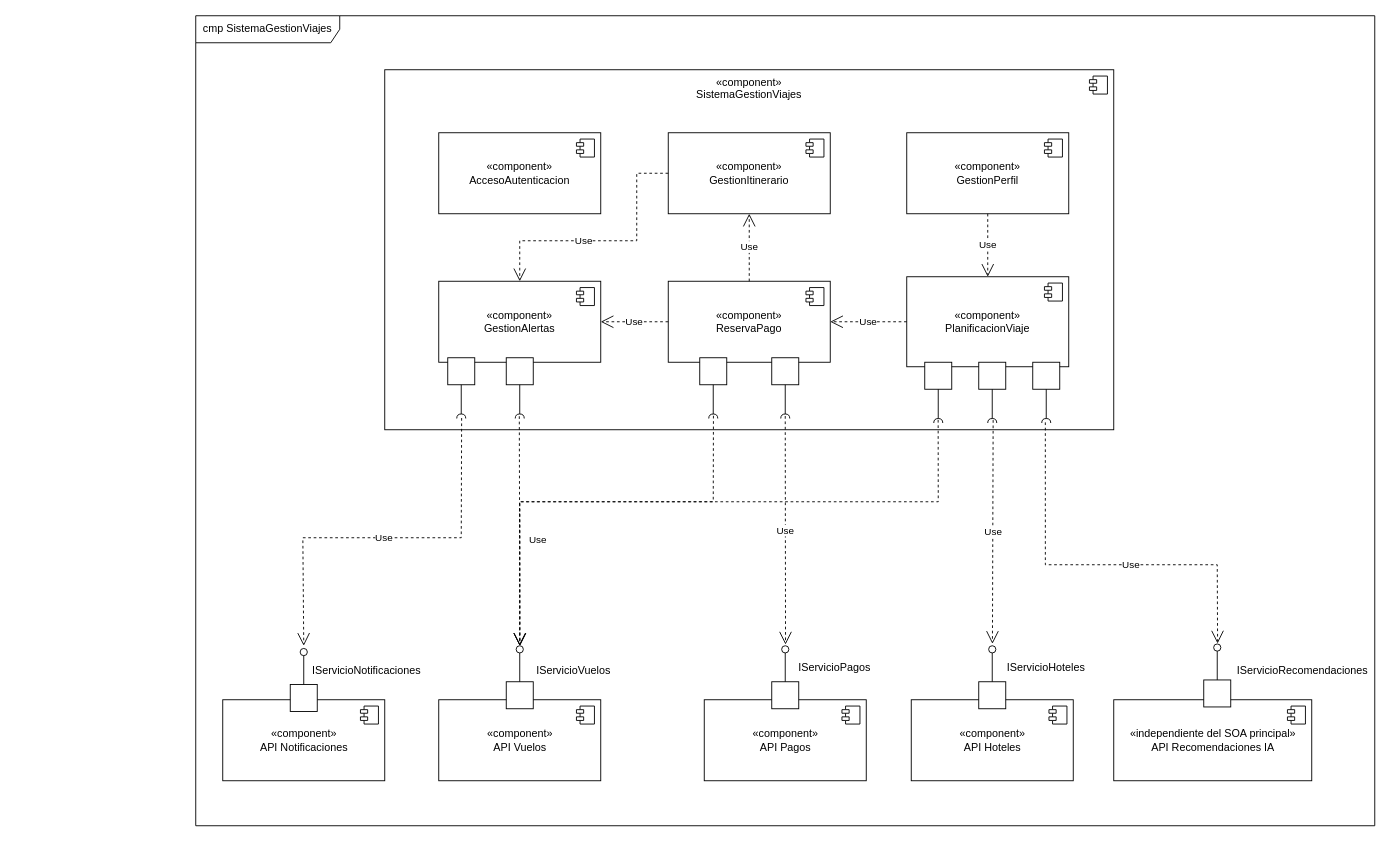
Earlier version of the draw.io diagram Diagramas/06_Diagrama_Componentes/Diagrama_componentes.drawio (jdcamargo2/Sistema-gestion-viajes). Source tidied: cells renumbered, new cells numbered last; positions are measured from the earlier drawing's top-left corner, leaving out a move shared by most shapes. Both pictures are drawn from the tidied source at 90%, with x=0, y=0 at pixel (195, 15).
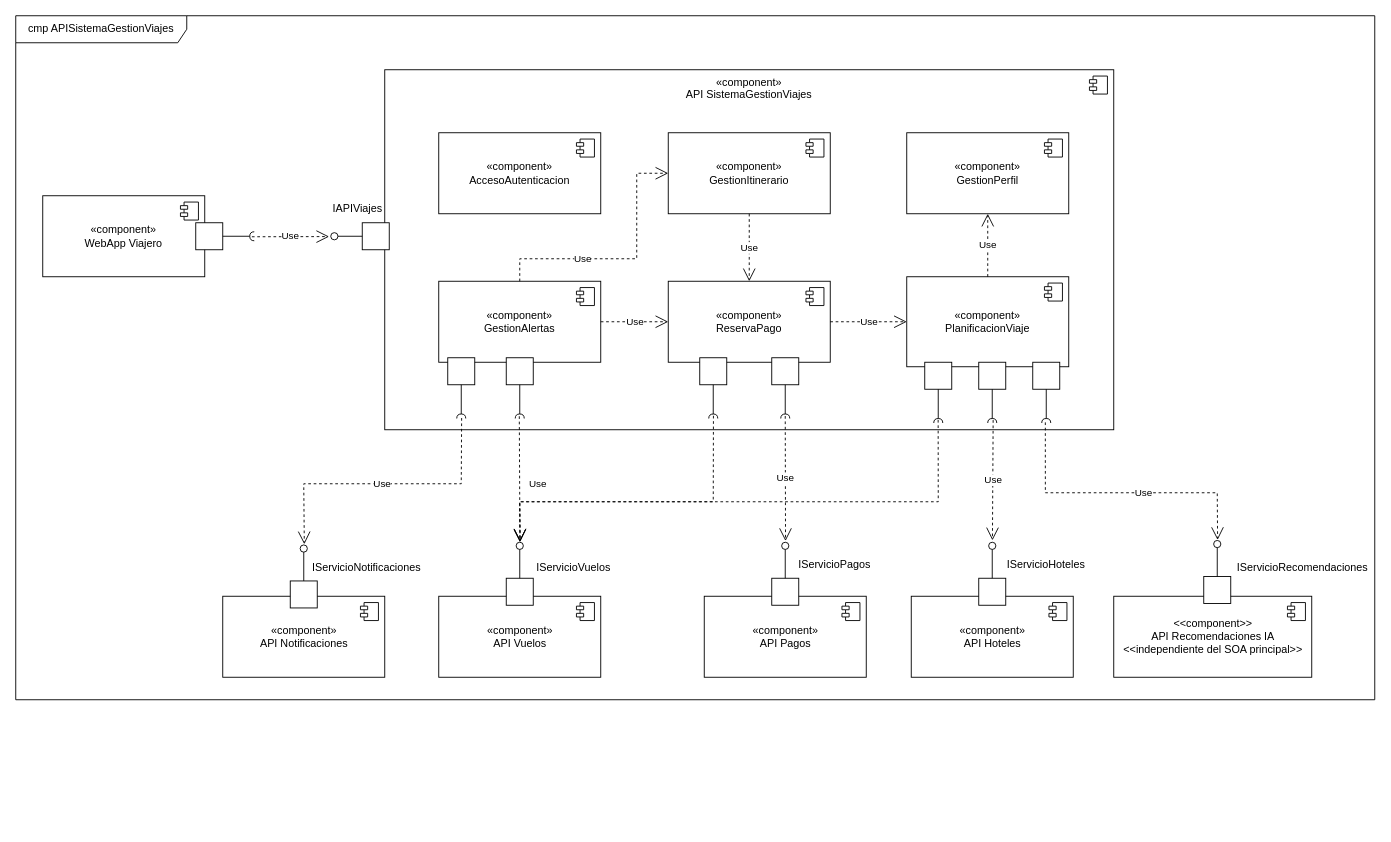
Above is the later version.

The change refers to these unchanged cells:
```xml
<mxCell id="7" value="&lt;div&gt;«component»&lt;/div&gt;&lt;div&gt;GestionPerfil&lt;/div&gt;" style="html=1;whiteSpace=wrap;" parent="1" vertex="1">
  <mxGeometry x="790" y="130" width="180" height="90" as="geometry" />
</mxCell>
<mxCell id="9" value="&lt;div&gt;«component»&lt;/div&gt;&lt;div&gt;&lt;span&gt;PlanificacionViaje&lt;/span&gt;&lt;/div&gt;" style="html=1;whiteSpace=wrap;" parent="1" vertex="1">
  <mxGeometry x="790" y="290" width="180" height="100" as="geometry" />
</mxCell>
<mxCell id="11" value="&lt;div&gt;«component»&lt;/div&gt;&lt;div&gt;ReservaPago&lt;/div&gt;" style="html=1;whiteSpace=wrap;" parent="1" vertex="1">
  <mxGeometry x="525" y="295" width="180" height="90" as="geometry" />
</mxCell>
<mxCell id="13" value="&lt;div&gt;«component»&lt;/div&gt;&lt;div&gt;GestionAlertas&lt;/div&gt;" style="html=1;whiteSpace=wrap;" parent="1" vertex="1">
  <mxGeometry x="270" y="295" width="180" height="90" as="geometry" />
</mxCell>
<mxCell id="15" value="&lt;div&gt;«component»&lt;/div&gt;&lt;div&gt;GestionItinerario&lt;/div&gt;" style="html=1;whiteSpace=wrap;" parent="1" vertex="1">
  <mxGeometry x="525" y="130" width="180" height="90" as="geometry" />
</mxCell>
<mxCell id="51" style="shape=requiredInterface;html=1;fontSize=11;align=center;fillColor=none;points=[];verticalAlign=bottom;labelPosition=center;verticalLabelPosition=top;flipH=1;direction=north;" parent="1" vertex="1">
  <mxGeometry x="355" y="442.5" width="10" height="5" as="geometry" />
</mxCell>
<mxCell id="54" style="shape=requiredInterface;html=1;fontSize=11;align=center;fillColor=none;points=[];verticalAlign=bottom;labelPosition=center;verticalLabelPosition=top;flipH=1;direction=north;" parent="1" vertex="1">
  <mxGeometry x="570" y="442.5" width="10" height="5" as="geometry" />
</mxCell>
<mxCell id="57" style="shape=requiredInterface;html=1;fontSize=11;align=center;fillColor=none;points=[];verticalAlign=bottom;labelPosition=center;verticalLabelPosition=top;flipH=1;direction=north;" parent="1" vertex="1">
  <mxGeometry x="820" y="447.5" width="10" height="5" as="geometry" />
</mxCell>
<mxCell id="71" style="shape=requiredInterface;html=1;fontSize=11;align=center;fillColor=none;points=[];verticalAlign=bottom;labelPosition=center;verticalLabelPosition=top;flipH=1;direction=north;" parent="1" vertex="1">
  <mxGeometry x="940" y="447.5" width="10" height="5" as="geometry" />
</mxCell>
<mxCell id="76" style="shape=requiredInterface;html=1;fontSize=11;align=center;fillColor=none;points=[];verticalAlign=bottom;labelPosition=center;verticalLabelPosition=top;flipH=1;direction=north;" parent="1" vertex="1">
  <mxGeometry x="290" y="442.5" width="10" height="5" as="geometry" />
</mxCell>
```

Diff of the diagram source:
```diff
@@
-    <mxCell id="2" value="cmp SistemaGestionViajes" style="shape=umlFrame;whiteSpace=wrap;html=1;width=160;height=30;" parent="1" vertex="1">
-      <mxGeometry width="1310" height="900" as="geometry" />
+    <mxCell id="2" value="cmp APISistemaGestionViajes" style="shape=umlFrame;whiteSpace=wrap;html=1;width=190;height=30;" parent="1" vertex="1">
+      <mxGeometry x="-200" width="1510" height="760" as="geometry" />
     </mxCell>
-    <mxCell id="3" value="&lt;div&gt;«component»&lt;/div&gt;&lt;div&gt;SistemaGestionViajes&lt;/div&gt;" style="html=1;whiteSpace=wrap;align=center;verticalAlign=top;" parent="1" vertex="1">
+    <mxCell id="3" value="&lt;div&gt;«component»&lt;/div&gt;&lt;div&gt;API SistemaGestionViajes&lt;/div&gt;" style="html=1;whiteSpace=wrap;align=center;verticalAlign=top;" parent="1" vertex="1">
       <mxGeometry x="210" y="60" width="810" height="400" as="geometry" />
     </mxCell>
@@
-    <mxCell id="17" value="Use" style="endArrow=open;endSize=12;dashed=1;html=1;rounded=0;exitX=0.5;exitY=1;exitDx=0;exitDy=0;entryX=0.5;entryY=0;entryDx=0;entryDy=0;" parent="1" edge="1" source="7" target="9">
+    <mxCell id="17" value="Use" style="endArrow=open;endSize=12;dashed=1;html=1;rounded=0;exitX=0.5;exitY=0;exitDx=0;exitDy=0;entryX=0.5;entryY=1;entryDx=0;entryDy=0;" parent="1" edge="1" source="9" target="7">
       <mxGeometry relative="1" as="geometry" />
     </mxCell>
-    <mxCell id="18" value="Use" style="endArrow=open;endSize=12;dashed=1;html=1;rounded=0;exitX=0;exitY=0.5;exitDx=0;exitDy=0;entryX=1;entryY=0.5;entryDx=0;entryDy=0;" parent="1" edge="1" source="9" target="11">
+    <mxCell id="18" value="Use" style="endArrow=open;endSize=12;dashed=1;html=1;rounded=0;exitX=1;exitY=0.5;exitDx=0;exitDy=0;entryX=0;entryY=0.5;entryDx=0;entryDy=0;" parent="1" edge="1" source="11" target="9">
       <mxGeometry relative="1" as="geometry" />
     </mxCell>
-    <mxCell id="19" value="Use" style="endArrow=open;endSize=12;dashed=1;html=1;rounded=0;exitX=0.5;exitY=0;exitDx=0;exitDy=0;entryX=0.5;entryY=1;entryDx=0;entryDy=0;" parent="1" edge="1" source="11" target="15">
+    <mxCell id="19" value="Use" style="endArrow=open;endSize=12;dashed=1;html=1;rounded=0;exitX=0.5;exitY=1;exitDx=0;exitDy=0;entryX=0.5;entryY=0;entryDx=0;entryDy=0;" parent="1" edge="1" source="15" target="11">
       <mxGeometry relative="1" as="geometry" />
     </mxCell>
-    <mxCell id="20" value="Use" style="endArrow=open;endSize=12;dashed=1;html=1;rounded=0;exitX=0;exitY=0.5;exitDx=0;exitDy=0;entryX=1;entryY=0.5;entryDx=0;entryDy=0;" parent="1" edge="1" source="11" target="13">
+    <mxCell id="20" value="Use" style="endArrow=open;endSize=12;dashed=1;html=1;rounded=0;exitX=1;exitY=0.5;exitDx=0;exitDy=0;entryX=0;entryY=0.5;entryDx=0;entryDy=0;" parent="1" edge="1" source="13" target="11">
       <mxGeometry relative="1" as="geometry" />
     </mxCell>
     <mxCell id="21" value="&lt;div&gt;«component»&lt;/div&gt;&lt;div&gt;API Vuelos&lt;/div&gt;" style="html=1;" parent="1" vertex="1">
-      <mxGeometry x="270" y="760" width="180" height="90" as="geometry" />
+      <mxGeometry x="270" y="645" width="180" height="90" as="geometry" />
     </mxCell>
@@
     <mxCell id="23" value="&lt;div&gt;«component»&lt;/div&gt;&lt;div&gt;API&amp;nbsp;Pagos&lt;/div&gt;" style="html=1;" parent="1" vertex="1">
-      <mxGeometry x="565" y="760" width="180" height="90" as="geometry" />
+      <mxGeometry x="565" y="645" width="180" height="90" as="geometry" />
     </mxCell>
@@
     <mxCell id="25" value="&lt;div&gt;«component»&lt;/div&gt;&lt;div&gt;API&amp;nbsp;Hoteles&lt;/div&gt;" style="html=1;" parent="1" vertex="1">
-      <mxGeometry x="795" y="760" width="180" height="90" as="geometry" />
+      <mxGeometry x="795" y="645" width="180" height="90" as="geometry" />
     </mxCell>
@@
     <mxCell id="27" value="&lt;div&gt;«component»&lt;/div&gt;&lt;div&gt;API&amp;nbsp;Notificaciones&lt;/div&gt;" style="html=1;" parent="1" vertex="1">
-      <mxGeometry x="30" y="760" width="180" height="90" as="geometry" />
+      <mxGeometry x="30" y="645" width="180" height="90" as="geometry" />
     </mxCell>
@@
-    <mxCell id="29" value="&lt;div&gt;«independiente del SOA principal»&lt;/div&gt;&lt;div&gt;API Recomendaciones IA&lt;/div&gt;" style="html=1;" parent="1" vertex="1">
-      <mxGeometry x="1020" y="760" width="220" height="90" as="geometry" />
+    <mxCell id="29" value="&amp;lt;&amp;lt;component&amp;gt;&amp;gt;&lt;br&gt;API Recomendaciones IA&lt;br&gt;&amp;lt;&amp;lt;independiente del SOA principal&amp;gt;&amp;gt;" style="html=1;" parent="1" vertex="1">
+      <mxGeometry x="1020" y="645" width="220" height="90" as="geometry" />
     </mxCell>
@@
-    <mxCell id="31" value="Use" style="endArrow=open;endSize=12;dashed=1;html=1;rounded=0;entryX=0.5;entryY=0;entryDx=0;entryDy=0;exitX=0;exitY=0.5;exitDx=0;exitDy=0;" parent="1" edge="1" source="15" target="13">
-      <mxGeometry x="0.19" relative="1" as="geometry">
-        <Array as="points">
-          <mxPoint x="490" y="175" />
-          <mxPoint x="490" y="250" />
-          <mxPoint x="360" y="250" />
-        </Array>
-        <mxPoint x="1" as="offset" />
-      </mxGeometry>
-    </mxCell>
@@
     <mxCell id="33" style="ellipse;whiteSpace=wrap;html=1;align=center;fillColor=none;strokeColor=none;perimeter=centerPerimeter;" parent="1" vertex="1">
-      <mxGeometry x="10" y="685" width="10" height="10" as="geometry" />
+      <mxGeometry x="10" y="570" width="10" height="10" as="geometry" />
     </mxCell>
     <mxCell id="34" style="html=1;rounded=0;" parent="1" vertex="1">
-      <mxGeometry x="345" y="740" width="30" height="30" as="geometry" />
+      <mxGeometry x="345" y="625" width="30" height="30" as="geometry" />
     </mxCell>
@@
     <mxCell id="36" style="ellipse;html=1;fontSize=11;align=center;fillColor=none;points=[];verticalAlign=bottom;labelPosition=center;verticalLabelPosition=top;flipH=1;" parent="1" vertex="1">
-      <mxGeometry x="356" y="700" width="8" height="8" as="geometry" />
+      <mxGeometry x="356" y="585" width="8" height="8" as="geometry" />
     </mxCell>
     <mxCell id="37" style="html=1;rounded=0;" parent="1" vertex="1">
-      <mxGeometry x="1120" y="738" width="30" height="30" as="geometry" />
+      <mxGeometry x="1120" y="623" width="30" height="30" as="geometry" />
     </mxCell>
@@
     <mxCell id="39" style="ellipse;html=1;fontSize=11;align=center;fillColor=none;points=[];verticalAlign=bottom;labelPosition=center;verticalLabelPosition=top;flipH=1;" parent="1" vertex="1">
-      <mxGeometry x="1131" y="698" width="8" height="8" as="geometry" />
+      <mxGeometry x="1131" y="583" width="8" height="8" as="geometry" />
     </mxCell>
     <mxCell id="40" style="html=1;rounded=0;" parent="1" vertex="1">
-      <mxGeometry x="105" y="743" width="30" height="30" as="geometry" />
+      <mxGeometry x="105" y="628" width="30" height="30" as="geometry" />
     </mxCell>
@@
     <mxCell id="42" style="ellipse;html=1;fontSize=11;align=center;fillColor=none;points=[];verticalAlign=bottom;labelPosition=center;verticalLabelPosition=top;flipH=1;" parent="1" vertex="1">
-      <mxGeometry x="116" y="703" width="8" height="8" as="geometry" />
+      <mxGeometry x="116" y="588" width="8" height="8" as="geometry" />
     </mxCell>
     <mxCell id="43" style="html=1;rounded=0;" parent="1" vertex="1">
-      <mxGeometry x="640" y="740" width="30" height="30" as="geometry" />
+      <mxGeometry x="640" y="625" width="30" height="30" as="geometry" />
     </mxCell>
@@
     <mxCell id="45" style="ellipse;html=1;fontSize=11;align=center;fillColor=none;points=[];verticalAlign=bottom;labelPosition=center;verticalLabelPosition=top;flipH=1;" parent="1" vertex="1">
-      <mxGeometry x="651" y="700" width="8" height="8" as="geometry" />
+      <mxGeometry x="651" y="585" width="8" height="8" as="geometry" />
     </mxCell>
     <mxCell id="46" style="html=1;rounded=0;" parent="1" vertex="1">
-      <mxGeometry x="870" y="740" width="30" height="30" as="geometry" />
+      <mxGeometry x="870" y="625" width="30" height="30" as="geometry" />
     </mxCell>
@@
     <mxCell id="48" style="ellipse;html=1;fontSize=11;align=center;fillColor=none;points=[];verticalAlign=bottom;labelPosition=center;verticalLabelPosition=top;flipH=1;" parent="1" vertex="1">
-      <mxGeometry x="881" y="700" width="8" height="8" as="geometry" />
+      <mxGeometry x="881" y="585" width="8" height="8" as="geometry" />
     </mxCell>
@@
     <mxCell id="58" value="IServicioVuelos " style="text;html=1;whiteSpace=wrap;strokeColor=none;fillColor=none;align=center;verticalAlign=middle;rounded=0;" parent="1" vertex="1">
-      <mxGeometry x="390" y="713" width="60" height="30" as="geometry" />
+      <mxGeometry x="390" y="598" width="60" height="30" as="geometry" />
     </mxCell>
-    <mxCell id="59" value="Use" style="endArrow=open;endSize=12;dashed=1;html=1;rounded=0;exitX=0.501;exitY=0.55;exitDx=0;exitDy=0;exitPerimeter=0;entryX=0.475;entryY=0.049;entryDx=0;entryDy=0;entryPerimeter=0;" parent="1" edge="1" source="51" target="36">
+    <mxCell id="59" value="Use" style="endArrow=open;endSize=12;dashed=1;html=1;rounded=0;exitX=0.501;exitY=0.55;exitDx=0;exitDy=0;exitPerimeter=0;entryX=0.475;entryY=0.011;entryDx=0;entryDy=0;entryPerimeter=0;" parent="1" edge="1" source="51" target="36">
       <mxGeometry x="0.07" y="20" relative="1" as="geometry" />
     </mxCell>
-    <mxCell id="60" style="endArrow=open;endSize=12;dashed=1;html=1;rounded=0;exitX=0.607;exitY=0.479;exitDx=0;exitDy=0;exitPerimeter=0;" parent="1" edge="1" source="54">
+    <mxCell id="60" style="endArrow=open;endSize=12;dashed=1;html=1;rounded=0;exitX=0.607;exitY=0.479;exitDx=0;exitDy=0;exitPerimeter=0;entryX=0.456;entryY=-0.098;entryDx=0;entryDy=0;entryPerimeter=0;" parent="1" edge="1" source="54" target="36">
       <mxGeometry relative="1" as="geometry">
-        <mxPoint x="360" y="700" as="targetPoint" />
         <Array as="points">
           <mxPoint x="575" y="540" />
           <mxPoint x="360" y="540" />
         </Array>
       </mxGeometry>
     </mxCell>
-    <mxCell id="61" style="endArrow=open;endSize=12;dashed=1;html=1;rounded=0;exitX=0.687;exitY=0.511;exitDx=0;exitDy=0;exitPerimeter=0;" parent="1" edge="1" source="57">
+    <mxCell id="61" style="endArrow=open;endSize=12;dashed=1;html=1;rounded=0;exitX=0.687;exitY=0.511;exitDx=0;exitDy=0;exitPerimeter=0;entryX=0.456;entryY=-0.08;entryDx=0;entryDy=0;entryPerimeter=0;" parent="1" edge="1" source="57" target="36">
       <mxGeometry relative="1" as="geometry">
-        <mxPoint x="360" y="700" as="targetPoint" />
         <Array as="points">
           <mxPoint x="825" y="540" />
           <mxPoint x="360" y="540" />
         </Array>
       </mxGeometry>
     </mxCell>
@@
     <mxCell id="73" value="Use" style="endArrow=open;endSize=12;dashed=1;html=1;rounded=0;exitX=0.142;exitY=0.602;exitDx=0;exitDy=0;exitPerimeter=0;entryX=0.452;entryY=-0.065;entryDx=0;entryDy=0;entryPerimeter=0;" parent="1" edge="1" source="71" target="39">
       <mxGeometry x="0.16" relative="1" as="geometry">
         <Array as="points">
-          <mxPoint x="944" y="610" />
-          <mxPoint x="1135" y="610" />
+          <mxPoint x="944" y="530" />
+          <mxPoint x="1135" y="530" />
         </Array>
       </mxGeometry>
     </mxCell>
@@
-    <mxCell id="77" value="Use" style="endArrow=open;endSize=12;dashed=1;html=1;rounded=0;exitX=0.104;exitY=0.458;exitDx=0;exitDy=0;exitPerimeter=0;" parent="1" edge="1" source="76">
+    <mxCell id="77" value="Use" style="endArrow=open;endSize=12;dashed=1;html=1;rounded=0;exitX=0.104;exitY=0.458;exitDx=0;exitDy=0;exitPerimeter=0;entryX=0.422;entryY=-0.098;entryDx=0;entryDy=0;entryPerimeter=0;" parent="1" edge="1" source="76" target="42">
       <mxGeometry x="0.02" relative="1" as="geometry">
-        <mxPoint x="120" y="700" as="targetPoint" />
         <Array as="points">
-          <mxPoint x="295" y="580" />
-          <mxPoint x="119" y="580" />
+          <mxPoint x="295" y="520" />
+          <mxPoint x="120" y="520" />
         </Array>
       </mxGeometry>
     </mxCell>
     <mxCell id="78" value="IServicioPagos" style="text;html=1;whiteSpace=wrap;strokeColor=none;fillColor=none;align=center;verticalAlign=middle;rounded=0;" parent="1" vertex="1">
-      <mxGeometry x="680" y="710" width="60" height="30" as="geometry" />
+      <mxGeometry x="680" y="595" width="60" height="30" as="geometry" />
     </mxCell>
     <mxCell id="79" value="IServicioHoteles" style="text;html=1;whiteSpace=wrap;strokeColor=none;fillColor=none;align=center;verticalAlign=middle;rounded=0;" parent="1" vertex="1">
-      <mxGeometry x="915" y="710" width="60" height="30" as="geometry" />
+      <mxGeometry x="915" y="595" width="60" height="30" as="geometry" />
     </mxCell>
     <mxCell id="80" value="IServicioRecomendaciones" style="text;html=1;whiteSpace=wrap;strokeColor=none;fillColor=none;align=center;verticalAlign=middle;rounded=0;" parent="1" vertex="1">
-      <mxGeometry x="1200" y="713" width="60" height="30" as="geometry" />
+      <mxGeometry x="1200" y="598" width="60" height="30" as="geometry" />
     </mxCell>
     <mxCell id="81" value="IServicioNotificaciones" style="text;html=1;whiteSpace=wrap;strokeColor=none;fillColor=none;align=center;verticalAlign=middle;rounded=0;" parent="1" vertex="1">
-      <mxGeometry x="160" y="713" width="60" height="30" as="geometry" />
+      <mxGeometry x="160" y="598" width="60" height="30" as="geometry" />
     </mxCell>
+    <mxCell id="82" value="&lt;div&gt;«component»&lt;/div&gt;&lt;div&gt;WebApp Viajero&lt;/div&gt;" style="html=1;whiteSpace=wrap;" parent="1" vertex="1">
+      <mxGeometry x="-170" y="200" width="180" height="90" as="geometry" />
+    </mxCell>
+    <mxCell id="83" style="shape=module;jettyWidth=8;jettyHeight=4;" parent="82" vertex="1">
+      <mxGeometry x="1" width="20" height="20" relative="1" as="geometry">
+        <mxPoint x="-27" y="7" as="offset" />
+      </mxGeometry>
+    </mxCell>
+    <mxCell id="84" style="html=1;rounded=0;" parent="1" vertex="1">
+      <mxGeometry y="230" width="30" height="30" as="geometry" />
+    </mxCell>
+    <mxCell id="85" style="endArrow=none;html=1;rounded=0;align=center;verticalAlign=top;endFill=0;labelBackgroundColor=none;endSize=2;exitX=1;exitY=0.5;exitDx=0;exitDy=0;" parent="1" edge="1" source="84" target="86">
+      <mxGeometry relative="1" as="geometry" />
+    </mxCell>
+    <mxCell id="86" style="shape=requiredInterface;html=1;fontSize=11;align=center;fillColor=none;points=[];verticalAlign=bottom;labelPosition=center;verticalLabelPosition=top;flipH=1;direction=east;" parent="1" vertex="1">
+      <mxGeometry x="60" y="240" width="5" height="10" as="geometry" />
+    </mxCell>
+    <mxCell id="87" style="html=1;rounded=0;" parent="1" vertex="1">
+      <mxGeometry x="185" y="230" width="30" height="30" as="geometry" />
+    </mxCell>
+    <mxCell id="88" style="endArrow=none;html=1;rounded=0;align=center;verticalAlign=top;endFill=0;labelBackgroundColor=none;endSize=2;exitX=0;exitY=0.5;exitDx=0;exitDy=0;" parent="1" edge="1" source="87" target="89">
+      <mxGeometry relative="1" as="geometry" />
+    </mxCell>
+    <mxCell id="89" style="ellipse;html=1;fontSize=11;align=center;fillColor=none;points=[];verticalAlign=bottom;labelPosition=center;verticalLabelPosition=top;flipH=1;" parent="1" vertex="1">
+      <mxGeometry x="150" y="241" width="8" height="8" as="geometry" />
+    </mxCell>
+    <mxCell id="90" value="IAPIViajes" style="text;html=1;whiteSpace=wrap;strokeColor=none;fillColor=none;align=center;verticalAlign=middle;rounded=0;" parent="1" vertex="1">
+      <mxGeometry x="150" y="200" width="60" height="30" as="geometry" />
+    </mxCell>
+    <mxCell id="91" value="Use" style="endArrow=open;endSize=12;dashed=1;html=1;rounded=0;exitX=0.527;exitY=0.557;exitDx=0;exitDy=0;exitPerimeter=0;entryX=1.228;entryY=0.546;entryDx=0;entryDy=0;entryPerimeter=0;" parent="1" edge="1" source="86" target="89">
+      <mxGeometry relative="1" as="geometry" />
+    </mxCell>
+    <mxCell id="92" value="Use" style="endArrow=open;endSize=12;dashed=1;html=1;rounded=0;exitX=0.5;exitY=0;exitDx=0;exitDy=0;entryX=0;entryY=0.5;entryDx=0;entryDy=0;" parent="1" edge="1" source="13" target="15">
+      <mxGeometry x="-0.33" relative="1" as="geometry">
+        <Array as="points">
+          <mxPoint x="360" y="270" />
+          <mxPoint x="490" y="270" />
+          <mxPoint x="490" y="175" />
+        </Array>
+      </mxGeometry>
+    </mxCell>
```
